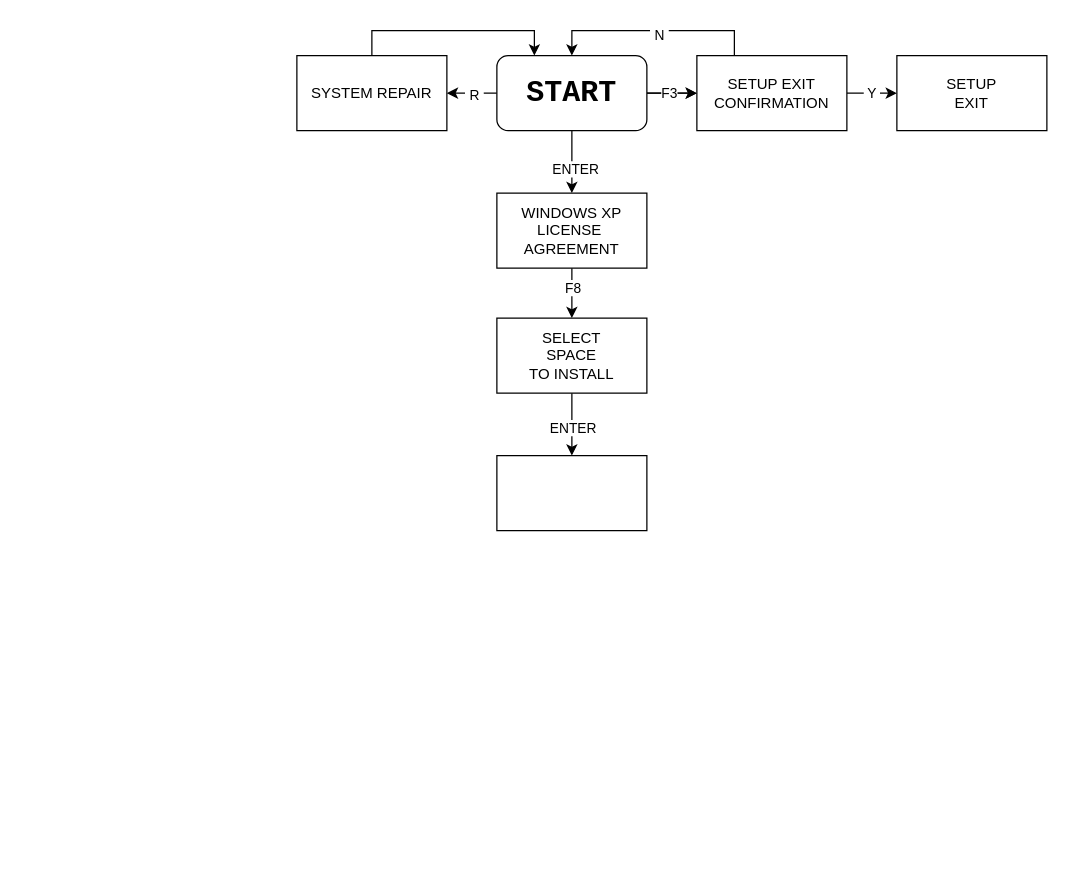
Before: Untitled Diagram.drawio in EzZy001/diagrams, a draw.io diagram. Source tidied: cells renumbered, new cells numbered last; positions are measured from the earlier drawing's top-left corner, leaving out a move shared by most shapes. Both pictures are drawn from the tidied source at 125%, with x=0, y=0 at pixel (296, 55).
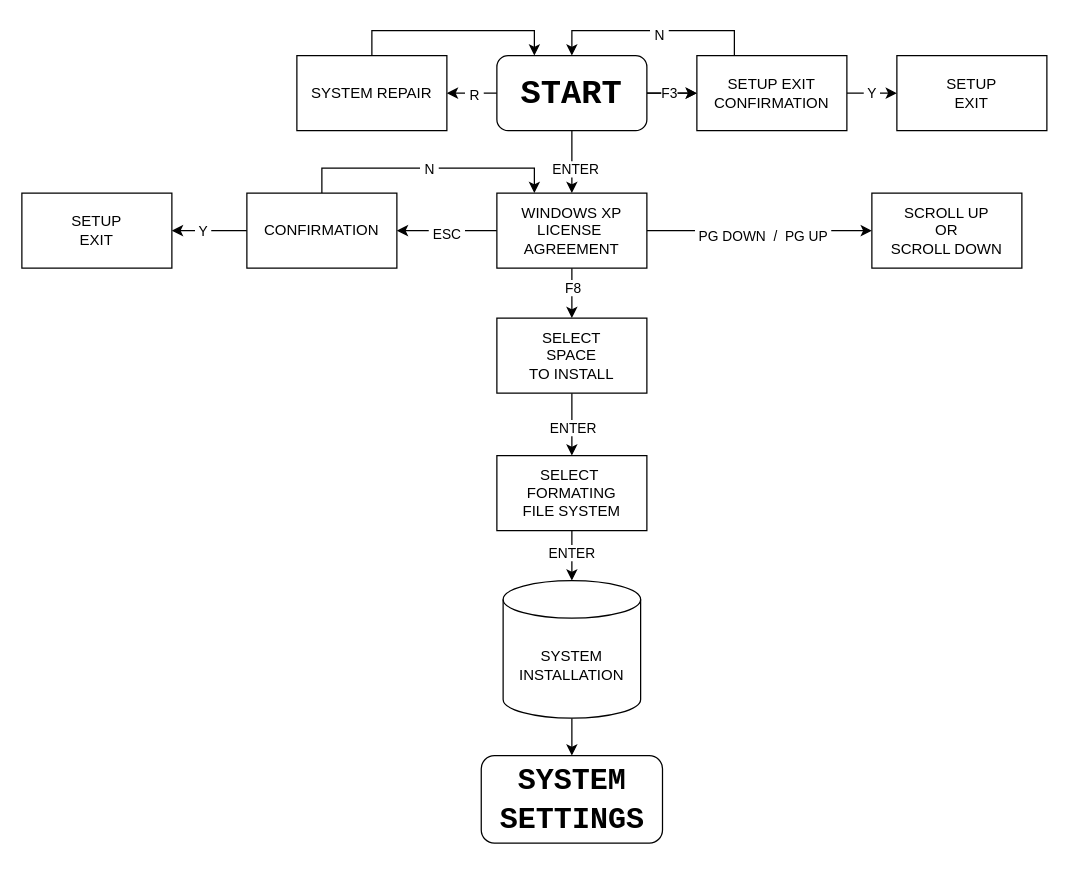
Above is the later version.

Unchanged cells that the change refers to:
```xml
<mxCell id="12" value="WINDOWS XP&lt;br&gt;LICENSE&amp;nbsp;&lt;br&gt;AGREEMENT" style="rounded=0;whiteSpace=wrap;html=1;" parent="1" vertex="1">
  <mxGeometry x="160" y="110" width="120" height="60" as="geometry" />
</mxCell>
```

The edit, as a diff of the source:
```diff
@@
-    <mxCell id="9" value="&lt;h1&gt;&lt;font face=&quot;Courier New&quot;&gt;START&lt;/font&gt;&lt;/h1&gt;" style="rounded=1;whiteSpace=wrap;html=1;" parent="1" vertex="1">
+    <mxCell id="9" value="&lt;h1 style=&quot;line-height: 140%;&quot;&gt;&lt;font style=&quot;font-size: 27px;&quot; face=&quot;Courier New&quot;&gt;START&lt;/font&gt;&lt;/h1&gt;" style="rounded=1;whiteSpace=wrap;html=1;" parent="1" vertex="1">
       <mxGeometry x="160" width="120" height="60" as="geometry" />
     </mxCell>
@@
+    <mxCell id="24" style="edgeStyle=orthogonalEdgeStyle;rounded=0;jettySize=auto;html=1;exitX=0;exitY=0.5;exitDx=0;exitDy=0;entryX=1;entryY=0.5;entryDx=0;entryDy=0;" parent="1" edge="1" source="12" target="37">
+      <mxGeometry relative="1" as="geometry" />
+    </mxCell>
+    <mxCell id="25" value="&amp;nbsp;ESC&amp;nbsp;" style="edgeLabel;html=1;align=center;verticalAlign=middle;" parent="24" vertex="1">
+      <mxGeometry x="0.02" y="2" relative="1" as="geometry" />
+    </mxCell>
+    <mxCell id="26" style="edgeStyle=orthogonalEdgeStyle;rounded=0;jettySize=auto;html=1;exitX=1;exitY=0.5;exitDx=0;exitDy=0;entryX=0;entryY=0.5;entryDx=0;entryDy=0;" parent="1" edge="1" source="12" target="39">
+      <mxGeometry relative="1" as="geometry" />
+    </mxCell>
+    <mxCell id="27" value="&amp;nbsp;PG DOWN&amp;nbsp; /&amp;nbsp; PG UP&amp;nbsp;" style="edgeLabel;html=1;align=center;verticalAlign=middle;" parent="26" vertex="1">
+      <mxGeometry x="0.02" y="-4" relative="1" as="geometry" />
+    </mxCell>
@@
-    <mxCell id="23" style="rounded=0;whiteSpace=wrap;html=1;" parent="1" vertex="1">
+    <mxCell id="23" value="SELECT&amp;nbsp;&lt;br&gt;FORMATING&lt;br&gt;FILE SYSTEM" style="rounded=0;whiteSpace=wrap;html=1;" parent="1" vertex="1">
       <mxGeometry x="160" y="320" width="120" height="60" as="geometry" />
     </mxCell>
+    <mxCell id="28" style="edgeStyle=orthogonalEdgeStyle;rounded=0;jettySize=auto;html=1;exitX=0.5;exitY=1;exitDx=0;exitDy=0;exitPerimeter=0;entryX=0.5;entryY=0;entryDx=0;entryDy=0;" parent="1" edge="1" source="29" target="32">
+      <mxGeometry relative="1" as="geometry" />
+    </mxCell>
+    <mxCell id="29" value="SYSTEM&lt;br&gt;INSTALLATION" style="shape=cylinder3;whiteSpace=wrap;html=1;boundedLbl=1;backgroundOutline=1;size=15;" parent="1" vertex="1">
+      <mxGeometry x="165" y="420" width="110" height="110" as="geometry" />
+    </mxCell>
+    <mxCell id="30" style="edgeStyle=orthogonalEdgeStyle;rounded=0;jettySize=auto;html=1;exitX=0.5;exitY=1;exitDx=0;exitDy=0;entryX=0.5;entryY=0;entryDx=0;entryDy=0;entryPerimeter=0;" parent="1" edge="1" source="23" target="29">
+      <mxGeometry relative="1" as="geometry" />
+    </mxCell>
+    <mxCell id="31" value="ENTER" style="edgeLabel;html=1;align=center;verticalAlign=middle;" parent="30" vertex="1">
+      <mxGeometry x="-0.13" y="-1" relative="1" as="geometry" />
+    </mxCell>
+    <mxCell id="32" value="&lt;h1&gt;&lt;font face=&quot;Courier New&quot;&gt;SYSTEM&lt;br&gt;SETTINGS&lt;/font&gt;&lt;/h1&gt;" style="rounded=1;whiteSpace=wrap;html=1;" parent="1" vertex="1">
+      <mxGeometry x="147.5" y="560" width="145" height="70" as="geometry" />
+    </mxCell>
+    <mxCell id="33" style="edgeStyle=orthogonalEdgeStyle;rounded=0;jettySize=auto;html=1;exitX=0.5;exitY=0;exitDx=0;exitDy=0;entryX=0.25;entryY=0;entryDx=0;entryDy=0;" parent="1" edge="1" source="37" target="12">
+      <mxGeometry relative="1" as="geometry" />
+    </mxCell>
+    <mxCell id="34" value="&amp;nbsp;N&amp;nbsp;" style="edgeLabel;html=1;align=center;verticalAlign=middle;" parent="33" vertex="1">
+      <mxGeometry relative="1" as="geometry" />
+    </mxCell>
+    <mxCell id="35" style="edgeStyle=orthogonalEdgeStyle;rounded=0;jettySize=auto;html=1;exitX=0;exitY=0.5;exitDx=0;exitDy=0;entryX=1;entryY=0.5;entryDx=0;entryDy=0;" parent="1" edge="1" source="37" target="38">
+      <mxGeometry relative="1" as="geometry" />
+    </mxCell>
+    <mxCell id="36" value="&amp;nbsp;Y&amp;nbsp;" style="edgeLabel;html=1;align=center;verticalAlign=middle;" parent="35" vertex="1">
+      <mxGeometry x="-0.24" y="-2" relative="1" as="geometry">
+        <mxPoint x="-13" y="2" as="offset" />
+      </mxGeometry>
+    </mxCell>
+    <mxCell id="37" value="CONFIRMATION" style="rounded=0;whiteSpace=wrap;html=1;" parent="1" vertex="1">
+      <mxGeometry x="-40" y="110" width="120" height="60" as="geometry" />
+    </mxCell>
+    <mxCell id="38" value="SETUP&lt;br&gt;EXIT" style="rounded=0;whiteSpace=wrap;html=1;" parent="1" vertex="1">
+      <mxGeometry x="-220" y="110" width="120" height="60" as="geometry" />
+    </mxCell>
+    <mxCell id="39" value="SCROLL UP&lt;br&gt;OR&lt;br&gt;SCROLL DOWN" style="rounded=0;whiteSpace=wrap;html=1;" parent="1" vertex="1">
+      <mxGeometry x="460" y="110" width="120" height="60" as="geometry" />
+    </mxCell>
```
